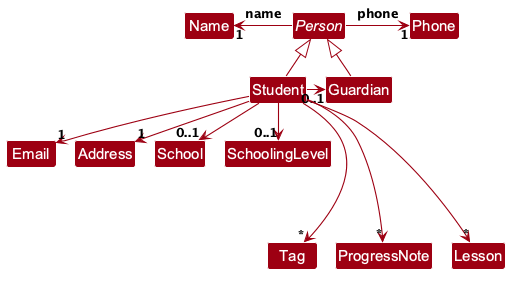
The PlantUML diagram docs/images/PersonClassDiagram.png in AY2627S1-CS2103T-F13-4/tp, before a commit. Source of this version:
```plantuml
@startuml
!include style.puml
skinparam arrowThickness 1.1
skinparam arrowColor MODEL_COLOR
skinparam classBackgroundColor MODEL_COLOR

abstract class Person
class Student
class Guardian
class Name
class Phone
class Email
class Address
class School
class SchoolingLevel
class Tag
class Lesson
class ProgressNote

Person -left-> "1" Name : name
Person -right-> "1" Phone : phone

Student -up-|> Person
Guardian -up-|> Person
Student -right-> "0..1" Guardian

Student -down-> "1" Email
Student -down-> "1" Address
Student -down-> "0..1" School
Student -down-> "0..1" SchoolingLevel

Student ---down-> "*" Tag
Student ---down-> "*" ProgressNote
Student ---down-> "*" Lesson

Email -[hidden]right- Address
Address -[hidden]right- School
School -[hidden]right- SchoolingLevel

Email -[hidden]down- Tag
Tag -[hidden]right- ProgressNote
ProgressNote -[hidden]right- Lesson
@enduml
```
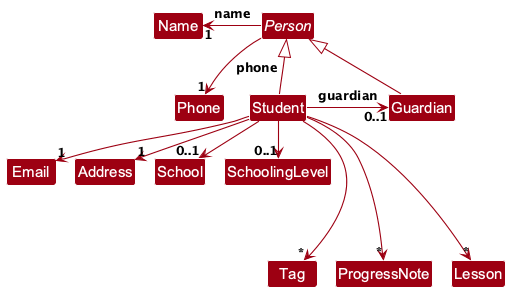
After the change.

Commit message:
Fix 0..1 overlap in PersonClassDiagram

Change to the diagram source:
```diff
@@ -18,11 +18,11 @@
 class ProgressNote
 
 Person -left-> "1" Name : name
-Person -right-> "1" Phone : phone
+Person -down-> "1" Phone : phone
 
 Student -up-|> Person
 Guardian -up-|> Person
-Student -right-> "0..1" Guardian
+Student -right-> "0..1" Guardian : guardian
 
 Student -down-> "1" Email
 Student -down-> "1" Address
@@ -33,6 +33,8 @@
 Student ---down-> "*" ProgressNote
 Student ---down-> "*" Lesson
 
+Name -[hidden]down- Phone
+
 Email -[hidden]right- Address
 Address -[hidden]right- School
 School -[hidden]right- SchoolingLevel
```
